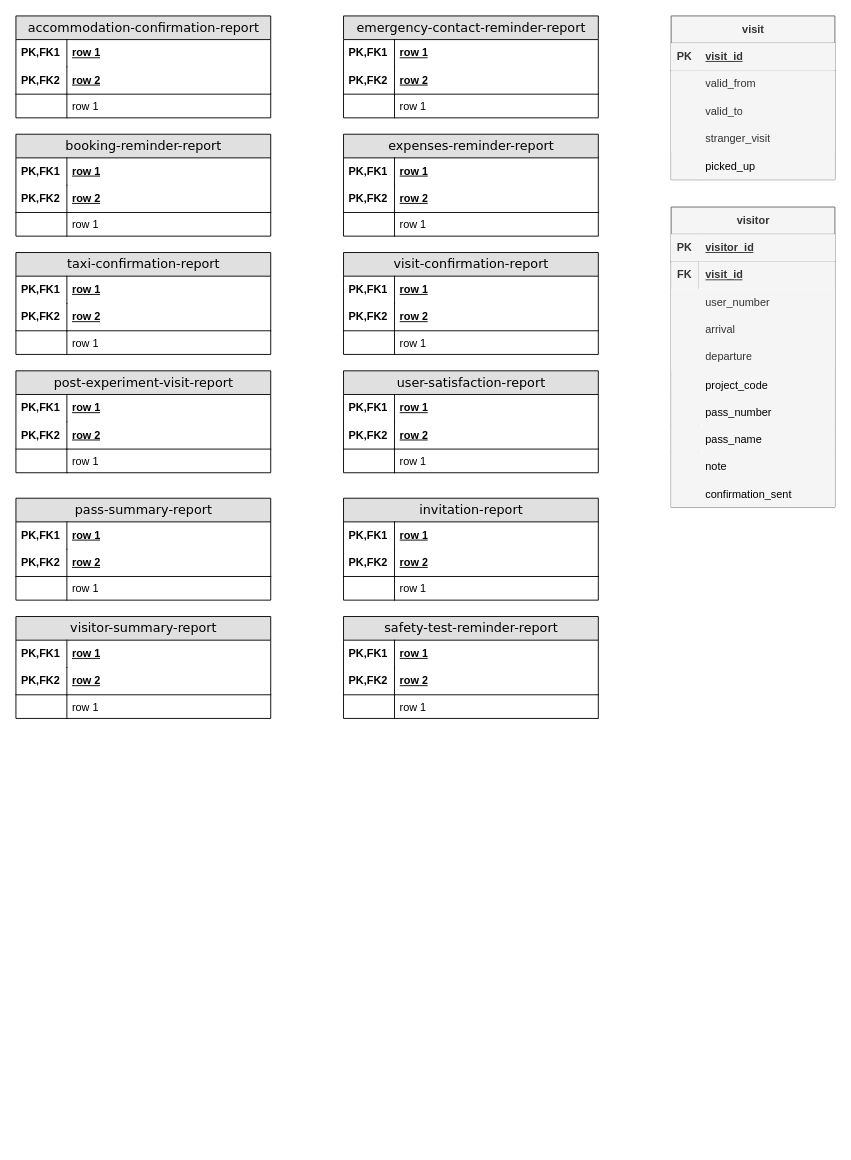
Earlier version of the draw.io diagram Document generation ERD.drawio (ambolt314/FinalProjectDesign). Source tidied: cells renumbered, new cells numbered last; positions are measured from the earlier drawing's top-left corner, leaving out a move shared by most shapes. Both pictures are drawn from the tidied source at 91%, with x=0, y=0 at pixel (15, 15).
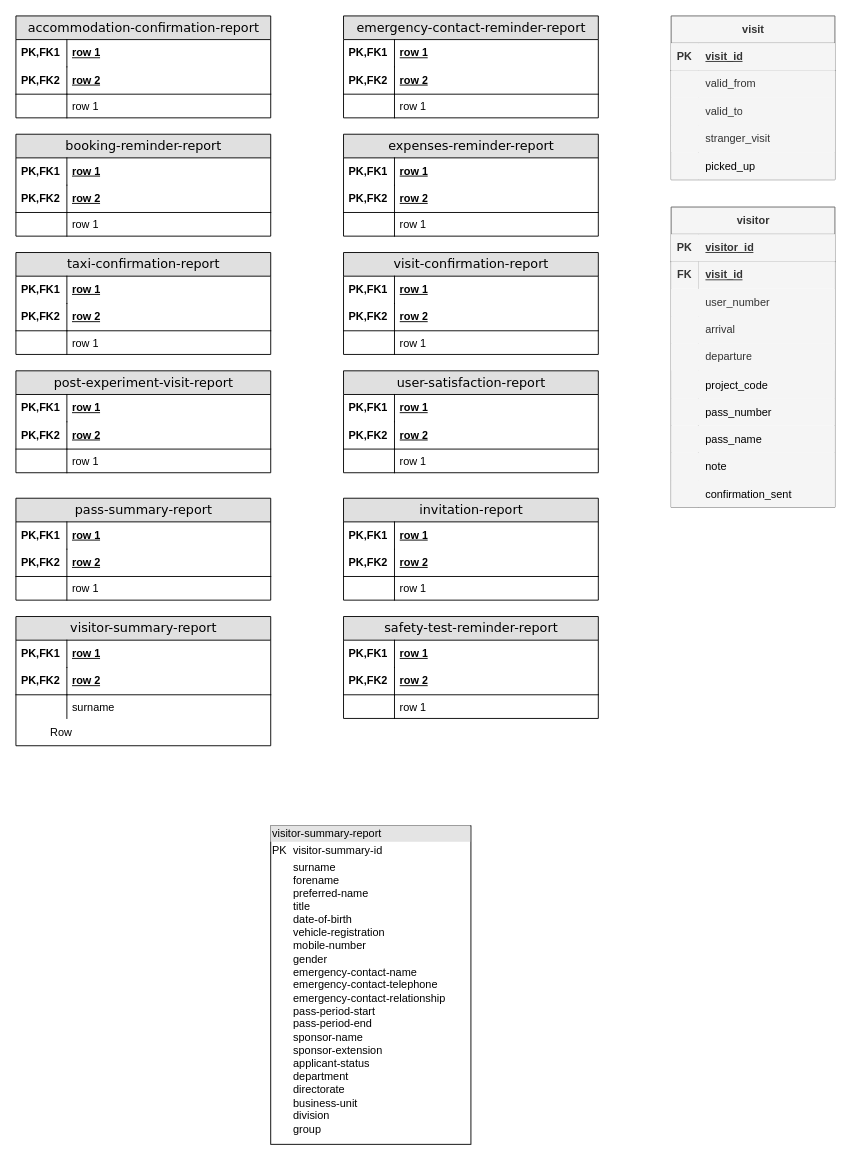
Above is the later version.

The edit, as a diff of the source:
```diff
@@
     <mxCell id="58" value="visitor-summary-report" style="swimlane;html=1;fontStyle=0;horizontal=1;startSize=26;fillColor=#e0e0e0;swimlaneFillColor=#ffffff;align=center;rounded=0;shadow=0;comic=0;labelBackgroundColor=none;strokeWidth=1;fontFamily=Verdana;fontSize=14;" parent="1" vertex="1">
-      <mxGeometry y="660" width="280" height="112" as="geometry" />
+      <mxGeometry y="660" width="280" height="142" as="geometry" />
     </mxCell>
@@
-    <mxCell id="63" value="row 1" style="shape=partialRectangle;top=0;left=0;right=0;bottom=0;html=1;align=left;verticalAlign=top;fillColor=none;spacingLeft=60;spacingRight=4;whiteSpace=wrap;overflow=hidden;" parent="58" vertex="1">
+    <mxCell id="63" value="&lt;div&gt;surname&lt;/div&gt;" style="shape=partialRectangle;top=0;left=0;right=0;bottom=0;html=1;align=left;verticalAlign=top;fillColor=none;spacingLeft=60;spacingRight=4;whiteSpace=wrap;overflow=hidden;" parent="58" vertex="1">
       <mxGeometry y="86" width="280" height="26" as="geometry" />
     </mxCell>
@@
+    <mxCell id="133" style="shape=table;startSize=0;childLayout=tableLayout;rowLines=0;fontStyle=0;align=center;strokeColor=none;fillColor=none;whiteSpace=wrap;html=1;" parent="58" vertex="1">
+      <mxGeometry y="112" width="280" height="30" as="geometry" />
+    </mxCell>
+    <mxCell id="134" style="shape=tableRow;horizontal=0;startSize=0;swimlaneHead=0;swimlaneBody=0;fillColor=none;top=0;left=0;right=0;bottom=0;" parent="133" vertex="1">
+      <mxGeometry width="280" height="30" as="geometry" />
+    </mxCell>
+    <mxCell id="135" style="shape=partialRectangle;fillColor=none;top=0;left=0;bottom=0;right=0;overflow=hidden;" parent="134" vertex="1">
+      <mxGeometry width="30" height="30" as="geometry" />
+    </mxCell>
+    <mxCell id="136" value="Row" style="shape=partialRectangle;fillColor=none;top=0;left=0;bottom=0;right=0;align=left;spacingLeft=6;overflow=hidden;" parent="134" vertex="1">
+      <mxGeometry x="30" width="250" height="30" as="geometry" />
+    </mxCell>
@@
+    <mxCell id="137" value="&lt;div style=&quot;box-sizing:border-box;width:100%;background:#e4e4e4;padding:2px;&quot;&gt;visitor-summary-report&lt;/div&gt;&lt;table style=&quot;width:100%;font-size:1em;&quot; cellpadding=&quot;2&quot; cellspacing=&quot;0&quot;&gt;&lt;tbody&gt;&lt;tr&gt;&lt;td&gt;PK&lt;/td&gt;&lt;td&gt;visitor-summary-id&lt;br&gt;&lt;/td&gt;&lt;/tr&gt;&lt;tr&gt;&lt;td&gt;&lt;br&gt;&lt;/td&gt;&lt;td&gt;surname&lt;br&gt;forename&lt;br&gt;preferred-name&lt;br&gt;title&lt;br&gt;date-of-birth&lt;br&gt;vehicle-registration&lt;br&gt;mobile-number&lt;br&gt;gender&lt;br&gt;emergency-contact-name&lt;br&gt;emergency-contact-telephone&lt;br&gt;emergency-contact-relationship&lt;br&gt;pass-period-start&lt;br&gt;pass-period-end&lt;br&gt;sponsor-name&lt;br&gt;sponsor-extension&lt;br&gt;applicant-status&lt;br&gt;department&lt;br&gt;directorate&lt;br&gt;business-unit&lt;br&gt;division&lt;br&gt;group&lt;br&gt;&lt;/td&gt;&lt;/tr&gt;&lt;tr&gt;&lt;td&gt;&lt;/td&gt;&lt;td&gt;&lt;br&gt;&lt;/td&gt;&lt;/tr&gt;&lt;/tbody&gt;&lt;/table&gt;" style="verticalAlign=top;align=left;overflow=fill;html=1;whiteSpace=wrap;" parent="1" vertex="1">
+      <mxGeometry x="280" y="890" width="220" height="350" as="geometry" />
+    </mxCell>
```
